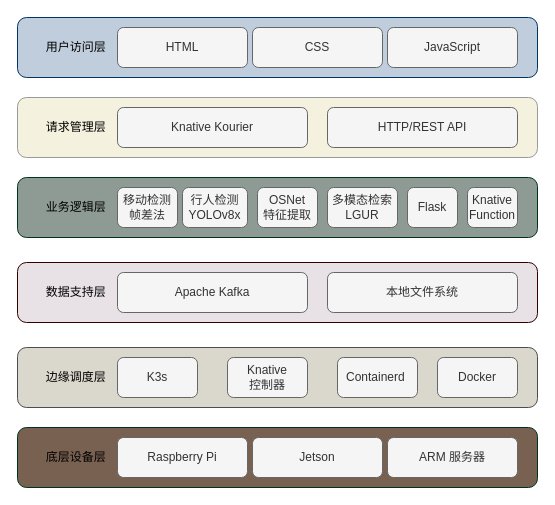
Before: page "系统技术栈" (6 of 6) of directory/边缘架构.drawio in lllwwwooo/draw.io, a draw.io diagram. Source tidied: cells renumbered, new cells numbered last; positions are measured from the earlier drawing's top-left corner, leaving out a move shared by most shapes. Both pictures are drawn from the tidied source at 100%, with x=0, y=0 at pixel (17, 17).
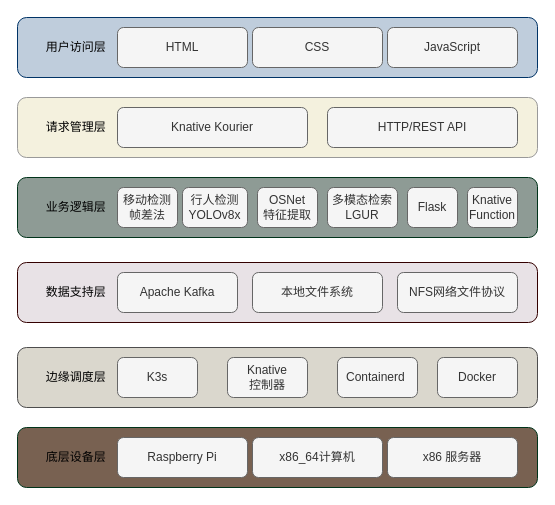
The same page after the edit.

What changed in the source:
```diff
@@
     <mxCell id="12" value="&lt;font&gt;Apache Kafka&lt;/font&gt;" style="rounded=1;whiteSpace=wrap;html=1;fillColor=#f5f5f5;strokeColor=#666666;fontColor=#333333;" parent="1" vertex="1">
-      <mxGeometry x="100" y="255" width="190" height="40" as="geometry" />
+      <mxGeometry x="100" y="255" width="120" height="40" as="geometry" />
     </mxCell>
     <mxCell id="13" value="本地文件系统" style="rounded=1;whiteSpace=wrap;html=1;fillColor=#f5f5f5;strokeColor=#666666;fontColor=#333333;" parent="1" vertex="1">
-      <mxGeometry x="310" y="255" width="190" height="40" as="geometry" />
+      <mxGeometry x="235" y="255" width="130" height="40" as="geometry" />
     </mxCell>
@@
-    <mxCell id="18" value="Jetson" style="rounded=1;whiteSpace=wrap;html=1;fillColor=#f5f5f5;strokeColor=#666666;fontColor=#333333;" parent="1" vertex="1">
+    <mxCell id="18" value="x86_64计算机" style="rounded=1;whiteSpace=wrap;html=1;fillColor=#f5f5f5;strokeColor=#666666;fontColor=#333333;" parent="1" vertex="1">
       <mxGeometry x="235" y="420" width="130" height="40" as="geometry" />
     </mxCell>
-    <mxCell id="19" value="ARM 服务器" style="rounded=1;whiteSpace=wrap;html=1;fillColor=#f5f5f5;strokeColor=#666666;fontColor=#333333;" parent="1" vertex="1">
+    <mxCell id="19" value="x86&lt;span style=&quot;background-color: transparent; color: light-dark(rgb(51, 51, 51), rgb(193, 193, 193));&quot;&gt;&amp;nbsp;服务器&lt;/span&gt;" style="rounded=1;whiteSpace=wrap;html=1;fillColor=#f5f5f5;strokeColor=#666666;fontColor=#333333;" parent="1" vertex="1">
       <mxGeometry x="370" y="420" width="130" height="40" as="geometry" />
     </mxCell>
@@
+    <mxCell id="28" value="&lt;font&gt;NFS网络文件协议&lt;/font&gt;" style="rounded=1;whiteSpace=wrap;html=1;fillColor=#f5f5f5;strokeColor=#666666;fontColor=#333333;" parent="1" vertex="1">
+      <mxGeometry x="380" y="255" width="120" height="40" as="geometry" />
+    </mxCell>
```
